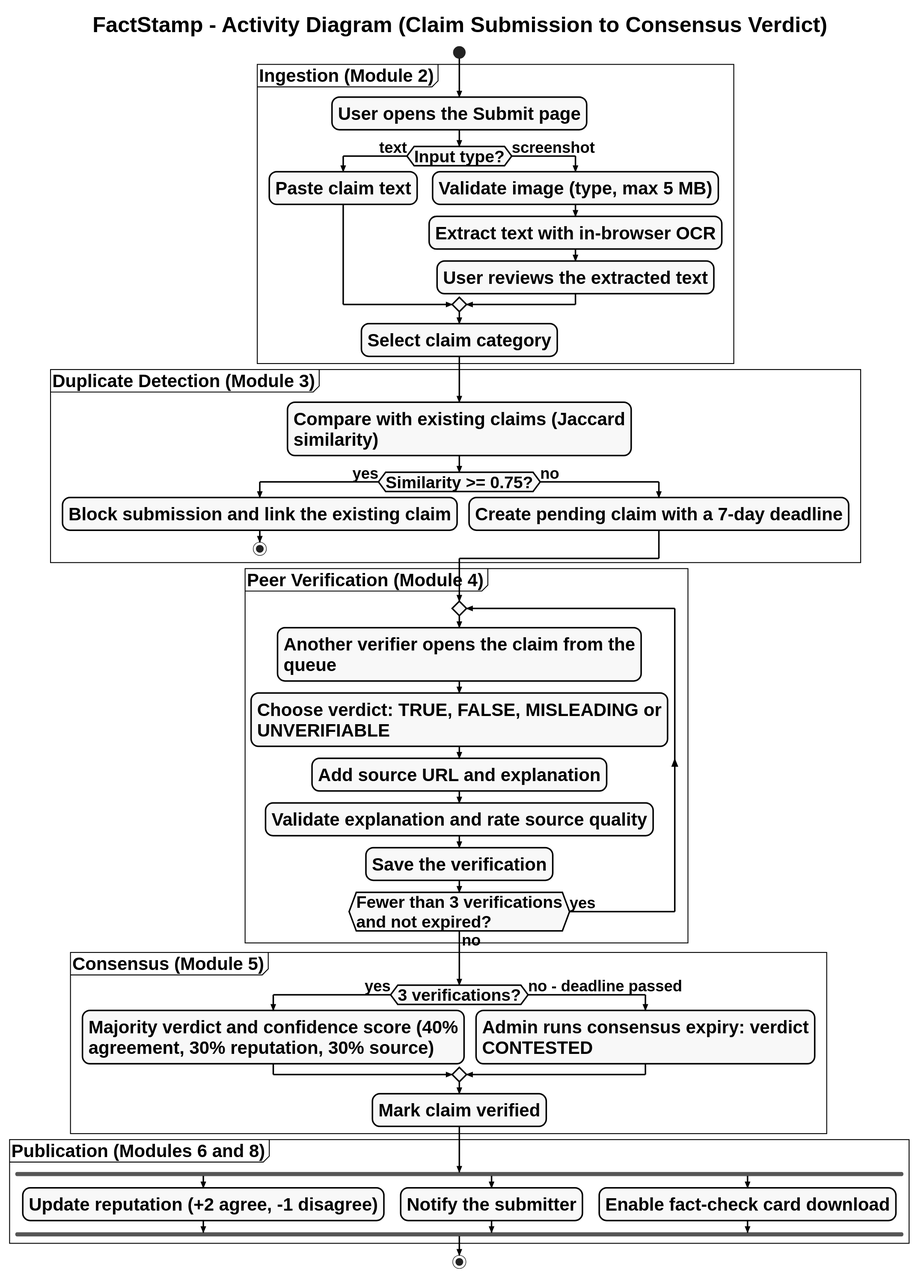
This is FactStamp/main_blackbook/03_Requirements_and_Analysis/attachments/activity_diagram.svg from aadish0day/typst, a PlantUML export, as it was before one commit.
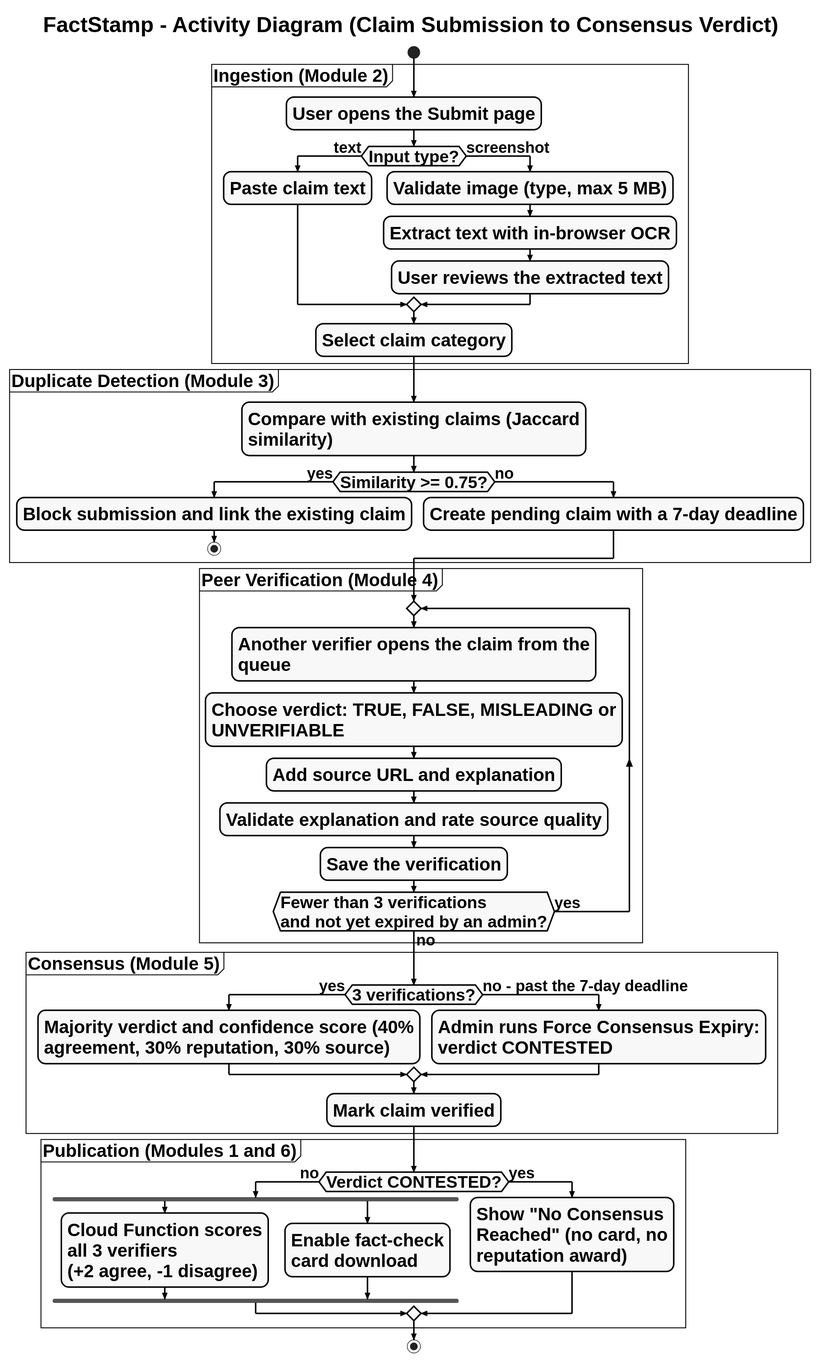
The same file after the commit.

Change to the diagram source:
```diff
@@ -97,26 +97,28 @@
     :Add source URL and explanation;
     :Validate explanation and rate source quality;
     :Save the verification;
-  repeat while (Fewer than 3 verifications\nand not expired?) is (yes) not (no)
+  repeat while (Fewer than 3 verifications\nand not yet expired by an admin?) is (yes) not (no)
 }
 
 partition "Consensus (Module 5)" {
   if (3 verifications?) then (yes)
     :Majority verdict and confidence score (40%\nagreement, 30% reputation, 30% source);
-  else (no - deadline passed)
-    :Admin runs consensus expiry: verdict\nCONTESTED;
+  else (no - past the 7-day deadline)
+    :Admin runs Force Consensus Expiry:\nverdict CONTESTED;
   endif
   :Mark claim verified;
 }
 
-partition "Publication (Modules 6 and 8)" {
-  fork
-    :Update reputation (+2 agree, -1 disagree);
-  fork again
-    :Notify the submitter;
-  fork again
-    :Enable fact-check card download;
-  end fork
+partition "Publication (Modules 1 and 6)" {
+  if (Verdict CONTESTED?) then (no)
+    fork
+      :Cloud Function scores\nall 3 verifiers\n(+2 agree, -1 disagree);
+    fork again
+      :Enable fact-check\ncard download;
+    end fork
+  else (yes)
+    :Show "No Consensus\nReached" (no card, no\nreputation award);
+  endif
 }
 
 stop
```
